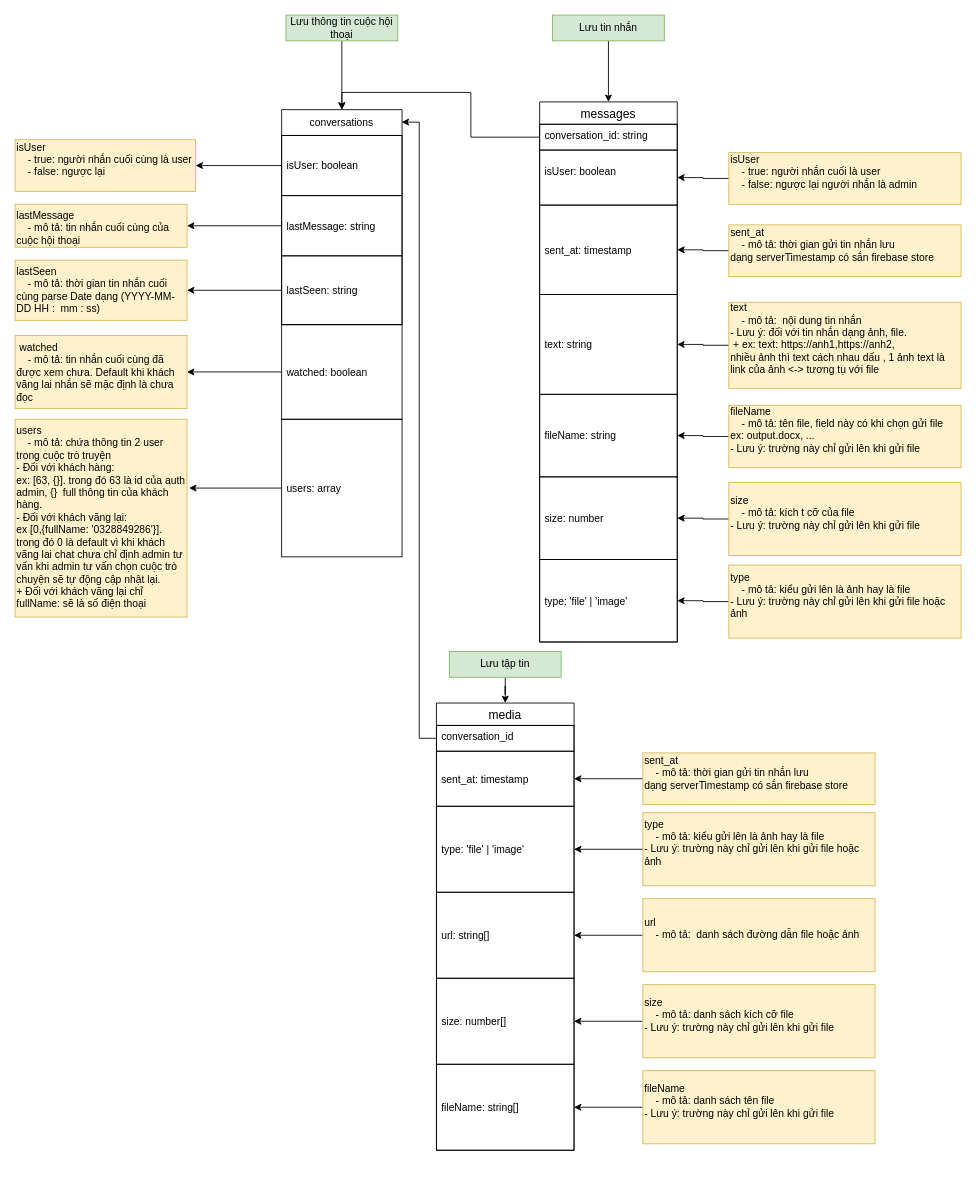
Above: firebase-store.drawio in nhuydev1704/xml-json (draw.io), before the change. Source tidied: cells renumbered, new cells numbered last; positions are measured from the earlier drawing's top-left corner, leaving out a move shared by most shapes. Both pictures are drawn from the tidied source at 86%, with x=0, y=0 at pixel (15, 15).
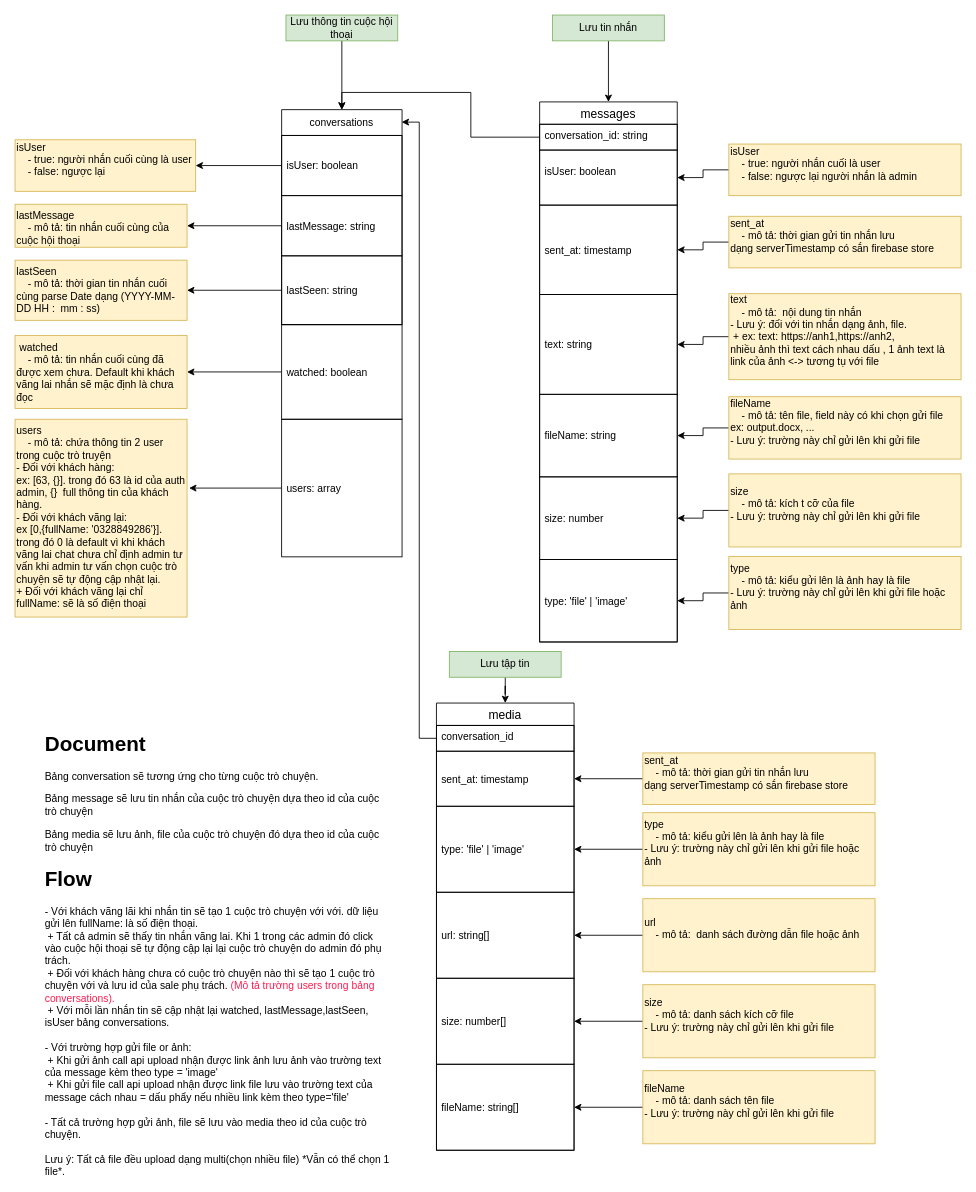
The same diagram, later.

Commit message (it also covers changes not shown here):
Cập nhật firebase-store.drawio

What changed in the source:
```diff
@@
     <mxCell id="28" value="isUser&lt;br&gt;&amp;nbsp; &amp;nbsp; - true: người nhắn cuối là user&lt;br&gt;&amp;nbsp; &amp;nbsp; - false: ngược lại người nhắn là admin&lt;br&gt;&amp;nbsp;" style="text;html=1;strokeColor=#d6b656;fillColor=#fff2cc;align=left;verticalAlign=middle;whiteSpace=wrap;rounded=0;" parent="1" vertex="1">
-      <mxGeometry x="830" y="160" width="270" height="60" as="geometry" />
+      <mxGeometry x="830" y="150" width="270" height="60" as="geometry" />
     </mxCell>
@@
     <mxCell id="30" value="sent_at&lt;br&gt;&amp;nbsp; &amp;nbsp; - mô tả: thời gian gửi tin nhắn lưu dạng&amp;nbsp;serverTimestamp có sắn firebase store&lt;br&gt;&amp;nbsp;" style="text;html=1;strokeColor=#d6b656;fillColor=#fff2cc;align=left;verticalAlign=middle;whiteSpace=wrap;rounded=0;" parent="1" vertex="1">
-      <mxGeometry x="830" y="244" width="270" height="60" as="geometry" />
+      <mxGeometry x="830" y="234" width="270" height="60" as="geometry" />
     </mxCell>
@@
     <mxCell id="32" value="text&lt;br&gt;&amp;nbsp; &amp;nbsp; - mô tả:&amp;nbsp; nội dung tin nhắn&lt;br&gt;- Lưu ý: đối với tin nhắn dạng ảnh, file.&lt;br&gt;&amp;nbsp;+ ex: text: https://anh1,https://anh2,&lt;br&gt;nhiều ảnh thì text cách nhau dấu , 1 ảnh text là link của ảnh &amp;lt;-&amp;gt; tương tụ với file&lt;br&gt;&amp;nbsp;" style="text;html=1;strokeColor=#d6b656;fillColor=#fff2cc;align=left;verticalAlign=middle;whiteSpace=wrap;rounded=0;" parent="1" vertex="1">
-      <mxGeometry x="830" y="334" width="270" height="100" as="geometry" />
+      <mxGeometry x="830" y="324" width="270" height="100" as="geometry" />
     </mxCell>
@@
     <mxCell id="34" value="fileName&lt;br&gt;&amp;nbsp; &amp;nbsp; - mô tả: tên file, field này có khi chọn gửi file&lt;br&gt;ex: output.docx, ...&lt;br&gt;- Lưu ý: trường này chỉ gửi lên khi gửi file&lt;br&gt;&amp;nbsp;" style="text;html=1;strokeColor=#d6b656;fillColor=#fff2cc;align=left;verticalAlign=middle;whiteSpace=wrap;rounded=0;" parent="1" vertex="1">
-      <mxGeometry x="830" y="453.8" width="270" height="72.5" as="geometry" />
+      <mxGeometry x="830" y="443.8" width="270" height="72.5" as="geometry" />
     </mxCell>
@@
     <mxCell id="36" value="size&lt;br&gt;&amp;nbsp; &amp;nbsp; - mô tả: kích t cỡ của file&lt;br&gt;- Lưu ý: trường này chỉ gửi lên khi gửi file&lt;br&gt;&amp;nbsp;" style="text;html=1;strokeColor=#d6b656;fillColor=#fff2cc;align=left;verticalAlign=middle;whiteSpace=wrap;rounded=0;" parent="1" vertex="1">
-      <mxGeometry x="830" y="543.5" width="270" height="85" as="geometry" />
+      <mxGeometry x="830" y="533.5" width="270" height="85" as="geometry" />
     </mxCell>
@@
     <mxCell id="38" value="type&lt;br&gt;&amp;nbsp; &amp;nbsp; - mô tả: kiểu gửi lên là ảnh hay là file&lt;br&gt;- Lưu ý: trường này chỉ gửi lên khi gửi file hoặc ảnh&lt;br&gt;&amp;nbsp;" style="text;html=1;strokeColor=#d6b656;fillColor=#fff2cc;align=left;verticalAlign=middle;whiteSpace=wrap;rounded=0;" parent="1" vertex="1">
-      <mxGeometry x="830" y="639.5" width="270" height="85" as="geometry" />
+      <mxGeometry x="830" y="629.5" width="270" height="85" as="geometry" />
     </mxCell>
@@
+    <mxCell id="63" value="&lt;h1&gt;Document&lt;/h1&gt;&lt;p&gt;Bảng conversation sẽ tương ứng cho từng cuộc trò chuyện.&lt;/p&gt;&lt;p&gt;Bảng message sẽ lưu tin nhắn của cuộc trò chuyện dựa theo id của cuộc trò chuyện&lt;/p&gt;&lt;p&gt;Bảng media sẽ lưu ảnh, file của cuộc trò chuyện đó dựa theo id của cuộc trò chuyện&lt;/p&gt;&lt;h1&gt;Flow&lt;/h1&gt;&lt;div&gt;- Với khách vãng lãi khi nhắn tin sẽ tạo 1 cuộc trò chuyện với với. dữ liệu gửi lên fullName: là số điện thoại.&amp;nbsp;&lt;/div&gt;&lt;div&gt;&lt;span style=&quot;white-space: pre;&quot;&gt; &lt;/span&gt;+ Tất cả admin sẽ thấy tin nhắn vãng lai. Khi 1 trong các admin đó click vào cuộc hội thoại sẽ tự động cập lại lại cuộc trò chuyện do admin đó phụ trách.&lt;br&gt;&lt;/div&gt;&lt;div&gt;&lt;span style=&quot;white-space: pre;&quot;&gt; &lt;/span&gt;+ Đối với khách hàng chưa có cuộc trò chuyện nào thì sẽ tạo 1 cuộc trò chuyện với và lưu id của sale phụ trách. &lt;font color=&quot;#ff1c51&quot;&gt;(Mô tả trường users trong bảng conversations).&lt;/font&gt;&lt;br&gt;&lt;/div&gt;&lt;div&gt;&lt;span style=&quot;color: rgb(255, 28, 81); white-space: pre;&quot;&gt; &lt;/span&gt;+ Với mỗi lần nhắn tin sẽ cập nhật lại watched, lastMessage,lastSeen, isUser bảng conversations.&lt;br&gt;&lt;/div&gt;&lt;div&gt;&lt;br&gt;&lt;/div&gt;&lt;div&gt;- Với trường hợp gửi file or ảnh:&amp;nbsp;&lt;/div&gt;&lt;div&gt;&lt;span style=&quot;white-space: pre;&quot;&gt; &lt;/span&gt;+ Khi gửi ảnh call api upload nhận được link ảnh lưu ảnh vào trường text của message kèm theo type = 'image'&lt;/div&gt;&lt;div&gt;&lt;span style=&quot;white-space: pre;&quot;&gt; &lt;/span&gt;+ Khi gửi file call api upload nhận được link file lưu vào trường text của message cách nhau = dấu phẩy nếu nhiều link kèm theo type='file'&lt;br&gt;&lt;/div&gt;&lt;div&gt;&lt;br&gt;&lt;/div&gt;&lt;div&gt;- Tất cả trường hợp gửi ảnh, file sẽ lưu vào media theo id của cuộc trò chuyện.&lt;/div&gt;&lt;div&gt;&lt;br&gt;&lt;/div&gt;&lt;div&gt;Lưu ý: Tất cả file đều upload dạng multi(chọn nhiều file) *Vẫn có thể chọn 1 file*.&lt;/div&gt;&lt;div&gt;&lt;br&gt;&lt;/div&gt;" style="text;html=1;strokeColor=none;fillColor=none;spacing=5;spacingTop=-20;whiteSpace=wrap;overflow=hidden;rounded=0;sketch=0;" parent="1" vertex="1">
+      <mxGeometry x="30" y="828" width="410" height="522" as="geometry" />
+    </mxCell>
```
